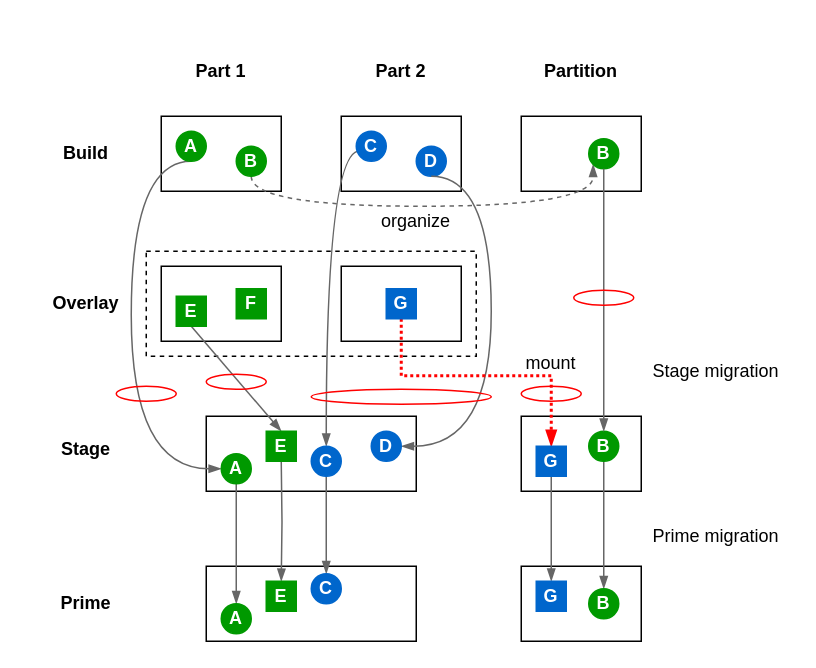
The draw.io diagram docs/image-sources/partition_overlay_migration.drawio in canonical/craft-parts, before the edit. Source tidied: cells renumbered, new cells numbered last; positions are measured from the earlier drawing's top-left corner, leaving out a move shared by most shapes. Both pictures are drawn from the tidied source at 150%, with x=0, y=0 at pixel (26, 56).
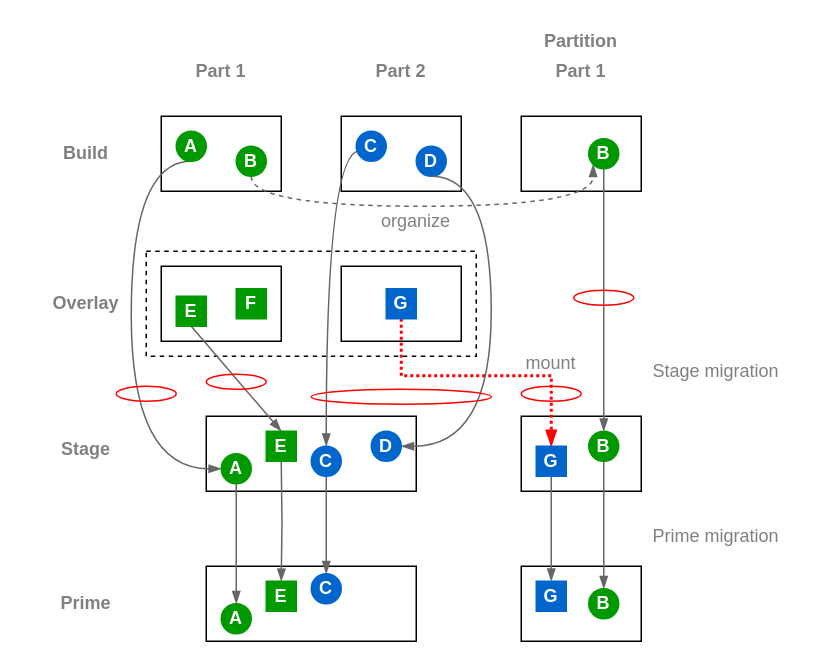
Above is the later version.

Change to the diagram source:
```diff
@@
-    <mxCell id="2" value="mount" style="rounded=0;whiteSpace=wrap;html=1;strokeColor=none;fillColor=none;" parent="1" vertex="1">
+    <mxCell id="2" value="mount" style="rounded=0;whiteSpace=wrap;html=1;strokeColor=none;fillColor=none;fontColor=#808080;" parent="1" vertex="1">
       <mxGeometry x="310" y="200" width="80" height="10" as="geometry" />
     </mxCell>
-    <mxCell id="3" value="organize" style="rounded=0;whiteSpace=wrap;html=1;strokeColor=none;fillColor=none;" parent="1" vertex="1">
+    <mxCell id="3" value="organize" style="rounded=0;whiteSpace=wrap;html=1;strokeColor=none;fillColor=none;fontColor=#808080;" parent="1" vertex="1">
       <mxGeometry x="220" y="100" width="80" height="20" as="geometry" />
     </mxCell>
@@
-    <mxCell id="5" value="&lt;b&gt;Overlay&lt;/b&gt;" style="rounded=0;whiteSpace=wrap;html=1;strokeColor=none;fillColor=none;" parent="1" vertex="1">
+    <mxCell id="5" value="&lt;b&gt;Overlay&lt;/b&gt;" style="rounded=0;whiteSpace=wrap;html=1;strokeColor=none;fillColor=none;fontColor=#808080;" parent="1" vertex="1">
       <mxGeometry y="155" width="80" height="20" as="geometry" />
     </mxCell>
@@
-    <mxCell id="12" value="&lt;b&gt;Part 1&lt;/b&gt;" style="rounded=0;whiteSpace=wrap;html=1;strokeColor=none;fillColor=none;" parent="1" vertex="1">
+    <mxCell id="12" value="&lt;b&gt;Part 1&lt;/b&gt;" style="rounded=0;whiteSpace=wrap;html=1;strokeColor=none;fillColor=none;fontColor=#808080;" parent="1" vertex="1">
       <mxGeometry x="90" width="80" height="20" as="geometry" />
     </mxCell>
-    <mxCell id="13" value="&lt;b&gt;Part 2&lt;/b&gt;" style="rounded=0;whiteSpace=wrap;html=1;strokeColor=none;fillColor=none;" parent="1" vertex="1">
+    <mxCell id="13" value="&lt;b&gt;Part 2&lt;/b&gt;" style="rounded=0;whiteSpace=wrap;html=1;strokeColor=none;fillColor=none;fontColor=#808080;" parent="1" vertex="1">
       <mxGeometry x="210" width="80" height="20" as="geometry" />
     </mxCell>
@@
-    <mxCell id="25" value="&lt;b&gt;Build&lt;/b&gt;" style="rounded=0;whiteSpace=wrap;html=1;strokeColor=none;fillColor=none;" parent="1" vertex="1">
+    <mxCell id="25" value="&lt;b&gt;Build&lt;/b&gt;" style="rounded=0;whiteSpace=wrap;html=1;strokeColor=none;fillColor=none;fontColor=#808080;" parent="1" vertex="1">
       <mxGeometry y="55" width="80" height="20" as="geometry" />
     </mxCell>
-    <mxCell id="26" value="&lt;b&gt;Stage&lt;/b&gt;" style="rounded=0;whiteSpace=wrap;html=1;strokeColor=none;fillColor=none;" parent="1" vertex="1">
+    <mxCell id="26" value="&lt;b&gt;Stage&lt;/b&gt;" style="rounded=0;whiteSpace=wrap;html=1;strokeColor=none;fillColor=none;fontColor=#808080;" parent="1" vertex="1">
       <mxGeometry y="252" width="80" height="20" as="geometry" />
     </mxCell>
@@
-    <mxCell id="29" value="&lt;b&gt;Prime&lt;/b&gt;" style="rounded=0;whiteSpace=wrap;html=1;strokeColor=none;fillColor=none;" parent="1" vertex="1">
+    <mxCell id="29" value="&lt;b&gt;Prime&lt;/b&gt;" style="rounded=0;whiteSpace=wrap;html=1;strokeColor=none;fillColor=none;fontColor=#808080;" parent="1" vertex="1">
       <mxGeometry y="355" width="80" height="20" as="geometry" />
     </mxCell>
-    <mxCell id="30" value="Stage migration" style="rounded=0;whiteSpace=wrap;html=1;strokeColor=none;fillColor=none;" parent="1" vertex="1">
+    <mxCell id="30" value="Stage migration" style="rounded=0;whiteSpace=wrap;html=1;strokeColor=none;fillColor=none;fontColor=#808080;" parent="1" vertex="1">
       <mxGeometry x="410" y="200" width="100" height="20" as="geometry" />
     </mxCell>
-    <mxCell id="31" value="Prime migration" style="rounded=0;whiteSpace=wrap;html=1;strokeColor=none;fillColor=none;" parent="1" vertex="1">
+    <mxCell id="31" value="Prime migration" style="rounded=0;whiteSpace=wrap;html=1;strokeColor=none;fillColor=none;fontColor=#808080;" parent="1" vertex="1">
       <mxGeometry x="410" y="310" width="100" height="20" as="geometry" />
     </mxCell>
@@
-    <mxCell id="37" value="&lt;b&gt;Partition&lt;/b&gt;" style="rounded=0;whiteSpace=wrap;html=1;strokeColor=none;fillColor=none;" parent="1" vertex="1">
-      <mxGeometry x="330" width="80" height="20" as="geometry" />
+    <mxCell id="37" value="&lt;b&gt;Partition&lt;/b&gt;" style="rounded=0;whiteSpace=wrap;html=1;strokeColor=none;fillColor=none;fontColor=#808080;" parent="1" vertex="1">
+      <mxGeometry x="330" y="-20" width="80" height="20" as="geometry" />
     </mxCell>
@@
+    <mxCell id="59" value="&lt;b&gt;Part 1&lt;/b&gt;" style="rounded=0;whiteSpace=wrap;html=1;strokeColor=none;fillColor=none;fontColor=#808080;" parent="1" vertex="1">
+      <mxGeometry x="330" width="80" height="20" as="geometry" />
+    </mxCell>
```
